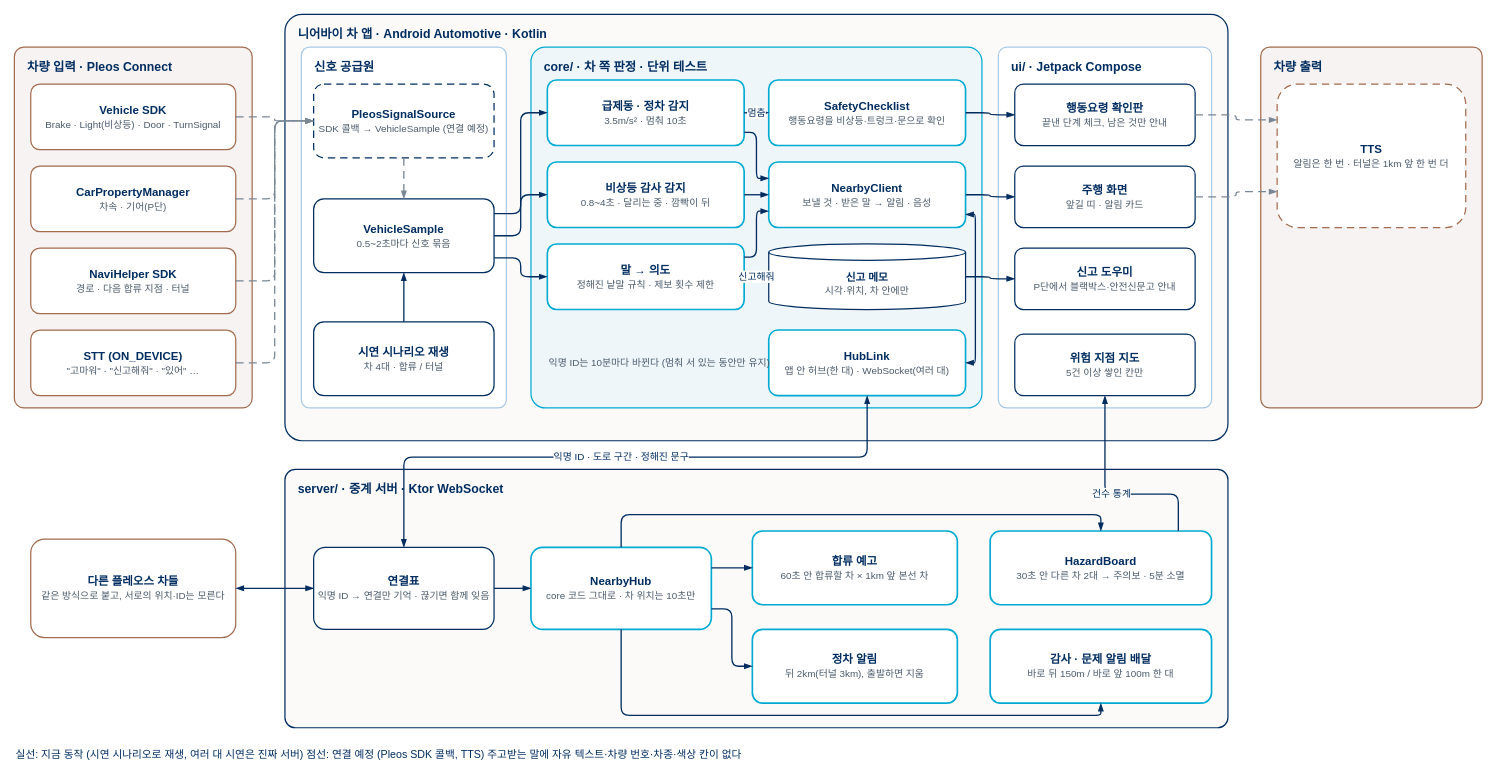
botdue-pleos/pleos-nearby keeps this draw.io diagram as docs/architecture.drawio. Above is the earlier version. Source tidied: cells renumbered, new cells numbered last; positions are measured from the earlier drawing's top-left corner, leaving out a move shared by most shapes. Both pictures are drawn from the tidied source at 82%, with x=0, y=0 at pixel (14, 14).
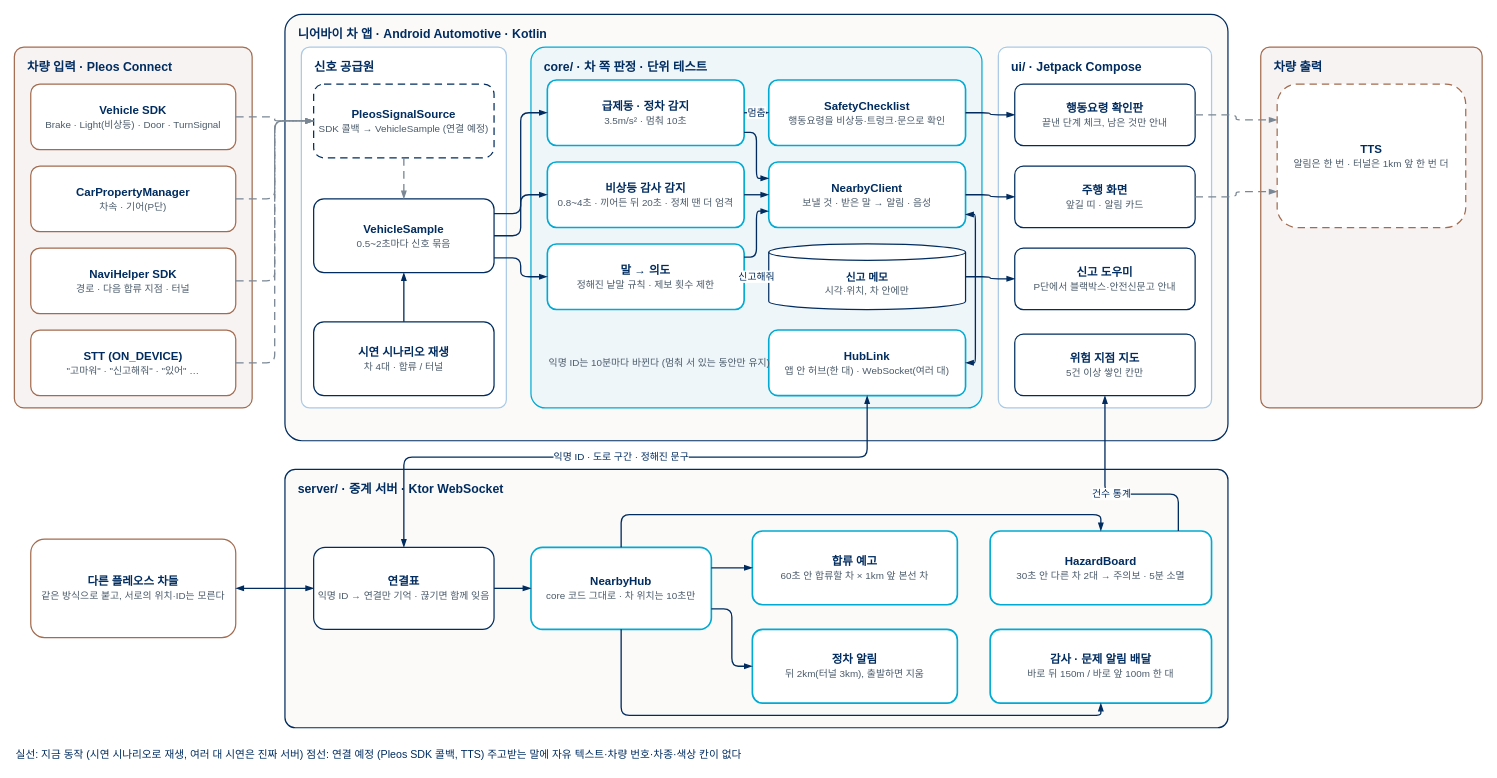
The same page after the edit.

Commit message (it also covers changes not shown here):
구조도 다시 내보내기: STT ON_DEVICE, 비상등 감사 새 판정

What changed in the source:
```diff
@@
-    <mxCell id="17" value="&lt;b&gt;비상등 감사 감지&lt;/b&gt;&lt;br&gt;&lt;font style='font-size:12px' color='#4A5A6A'&gt;0.8~4초 · 달리는 중 · 깜빡이 뒤&lt;/font&gt;" style="rounded=1;arcSize=14;whiteSpace=wrap;html=1;fillColor=#FFFFFF;strokeColor=#00AAD2;strokeWidth=2;fontColor=#002C5F;fontSize=14;fontFamily=Asta Sans,Pretendard,Apple SD Gothic Neo,sans-serif;" parent="1" vertex="1">
+    <mxCell id="17" value="&lt;b&gt;비상등 감사 감지&lt;/b&gt;&lt;br&gt;&lt;font style='font-size:12px' color='#4A5A6A'&gt;0.8~4초 · 끼어든 뒤 20초 · 정체 땐 더 엄격&lt;/font&gt;" style="rounded=1;arcSize=14;whiteSpace=wrap;html=1;fillColor=#FFFFFF;strokeColor=#00AAD2;strokeWidth=2;fontColor=#002C5F;fontSize=14;fontFamily=Asta Sans,Pretendard,Apple SD Gothic Neo,sans-serif;" parent="1" vertex="1">
       <mxGeometry x="650" y="180" width="240" height="80" as="geometry" />
     </mxCell>
```
